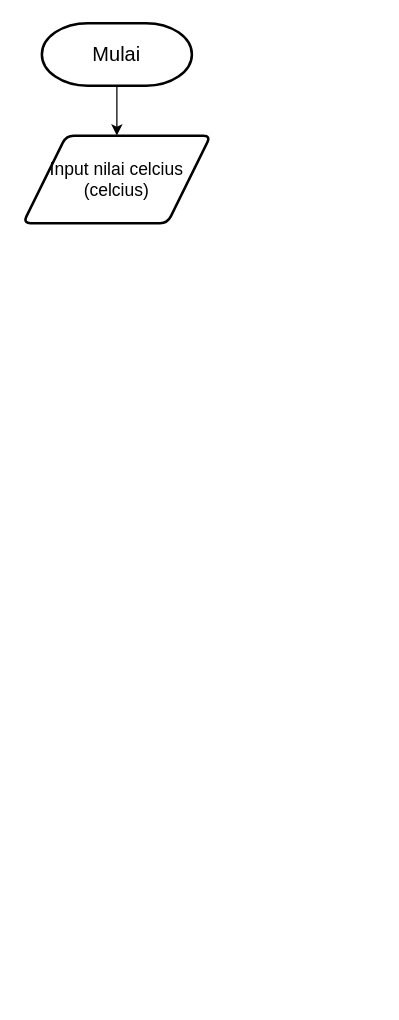
HarisHerdiansyah/tugas-alprog keeps this draw.io diagram as tugas-001/konversi_suhu.drawio. Above is the earlier version. Source tidied: cells renumbered, new cells numbered last; positions are measured from the earlier drawing's top-left corner, leaving out a move shared by most shapes. Both pictures are drawn from the tidied source at 125%, with x=0, y=0 at pixel (22, 22).
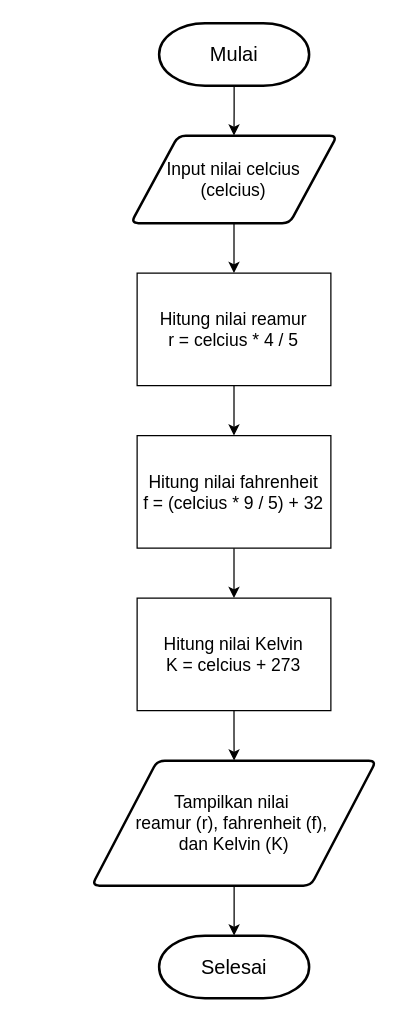
After the change.

Diff of the diagram source:
```diff
@@
 <mxGraphModel>
   <root>
     <mxCell id="0" />
     <mxCell id="1" parent="0" />
     <mxCell id="2" style="edgeStyle=orthogonalEdgeStyle;rounded=0;jettySize=auto;html=1;" parent="1" edge="1" source="3" target="4">
       <mxGeometry relative="1" as="geometry" />
     </mxCell>
     <mxCell id="3" value="&lt;font style=&quot;font-size: 16px;&quot;&gt;Mulai&lt;/font&gt;" style="strokeWidth=2;html=1;shape=mxgraph.flowchart.terminator;whiteSpace=wrap;" parent="1" vertex="1">
-      <mxGeometry x="15" width="120" height="50" as="geometry" />
+      <mxGeometry x="108.8" width="120" height="50" as="geometry" />
     </mxCell>
+    <mxCell id="5" style="edgeStyle=orthogonalEdgeStyle;rounded=0;jettySize=auto;html=1;" parent="1" edge="1" source="4" target="7">
+      <mxGeometry relative="1" as="geometry" />
+    </mxCell>
     <mxCell id="4" value="&lt;font style=&quot;font-size: 14px;&quot;&gt;Input nilai celcius&lt;/font&gt;&lt;div style=&quot;font-size: 14px;&quot;&gt;&lt;font style=&quot;font-size: 14px;&quot;&gt;(celcius)&lt;/font&gt;&lt;/div&gt;" style="shape=parallelogram;html=1;strokeWidth=2;perimeter=parallelogramPerimeter;whiteSpace=wrap;rounded=1;arcSize=12;size=0.23;" parent="1" vertex="1">
-      <mxGeometry y="90" width="150" height="70" as="geometry" />
+      <mxGeometry x="86.2" y="90" width="165" height="70" as="geometry" />
     </mxCell>
+    <mxCell id="6" style="edgeStyle=orthogonalEdgeStyle;rounded=0;jettySize=auto;html=1;" parent="1" edge="1" source="7" target="9">
+      <mxGeometry relative="1" as="geometry" />
+    </mxCell>
+    <mxCell id="7" value="&lt;font style=&quot;font-size: 14px;&quot;&gt;Hitung nilai reamur&lt;/font&gt;&lt;div style=&quot;font-size: 14px;&quot;&gt;&lt;font style=&quot;font-size: 14px;&quot;&gt;r = celcius * 4 / 5&lt;/font&gt;&lt;/div&gt;" style="rounded=0;whiteSpace=wrap;html=1;" parent="1" vertex="1">
+      <mxGeometry x="91.2" y="200" width="155" height="90" as="geometry" />
+    </mxCell>
+    <mxCell id="8" style="edgeStyle=orthogonalEdgeStyle;rounded=0;jettySize=auto;html=1;" parent="1" edge="1" source="9" target="11">
+      <mxGeometry relative="1" as="geometry" />
+    </mxCell>
+    <mxCell id="9" value="&lt;font style=&quot;font-size: 14px;&quot;&gt;Hitung nilai fahrenheit&lt;/font&gt;&lt;div style=&quot;font-size: 14px;&quot;&gt;&lt;font style=&quot;font-size: 14px;&quot;&gt;f = (celcius * 9 / 5) + 32&lt;/font&gt;&lt;/div&gt;" style="rounded=0;whiteSpace=wrap;html=1;" parent="1" vertex="1">
+      <mxGeometry x="91.2" y="330" width="155" height="90" as="geometry" />
+    </mxCell>
+    <mxCell id="10" style="edgeStyle=orthogonalEdgeStyle;rounded=0;jettySize=auto;html=1;" parent="1" edge="1" source="11" target="13">
+      <mxGeometry relative="1" as="geometry" />
+    </mxCell>
+    <mxCell id="11" value="&lt;font style=&quot;font-size: 14px;&quot;&gt;Hitung nilai Kelvin&lt;/font&gt;&lt;div style=&quot;font-size: 14px;&quot;&gt;&lt;font style=&quot;font-size: 14px;&quot;&gt;K = celcius + 273&lt;/font&gt;&lt;/div&gt;" style="rounded=0;whiteSpace=wrap;html=1;" parent="1" vertex="1">
+      <mxGeometry x="91.2" y="460" width="155" height="90" as="geometry" />
+    </mxCell>
+    <mxCell id="12" style="edgeStyle=orthogonalEdgeStyle;rounded=0;jettySize=auto;html=1;" parent="1" edge="1" source="13" target="14">
+      <mxGeometry relative="1" as="geometry" />
+    </mxCell>
+    <mxCell id="13" value="&lt;span style=&quot;font-size: 14px;&quot;&gt;Tampilkan nilai&amp;nbsp;&lt;/span&gt;&lt;div&gt;&lt;span style=&quot;font-size: 14px;&quot;&gt;reamur (r), fahrenheit (f),&amp;nbsp;&lt;/span&gt;&lt;/div&gt;&lt;div&gt;&lt;span style=&quot;font-size: 14px; background-color: initial;&quot;&gt;dan Kelvin (K)&lt;/span&gt;&lt;/div&gt;" style="shape=parallelogram;html=1;strokeWidth=2;perimeter=parallelogramPerimeter;whiteSpace=wrap;rounded=1;arcSize=12;size=0.23;" parent="1" vertex="1">
+      <mxGeometry x="55" y="590" width="227.5" height="100" as="geometry" />
+    </mxCell>
+    <mxCell id="14" value="&lt;font style=&quot;font-size: 16px;&quot;&gt;Selesai&lt;/font&gt;" style="strokeWidth=2;html=1;shape=mxgraph.flowchart.terminator;whiteSpace=wrap;" parent="1" vertex="1">
+      <mxGeometry x="108.8" y="730" width="120" height="50" as="geometry" />
+    </mxCell>
   </root>
 </mxGraphModel>
```
